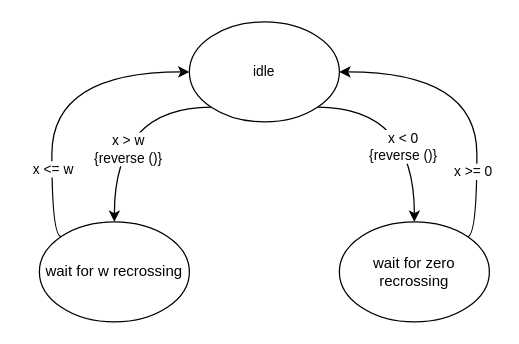
Before: looptest.drawio in guitarvydas/sm, a draw.io diagram. Source tidied: cells renumbered, new cells numbered last; positions are measured from the earlier drawing's top-left corner, leaving out a move shared by most shapes. Both pictures are drawn from the tidied source at 125%, with x=0, y=0 at pixel (39, 21).
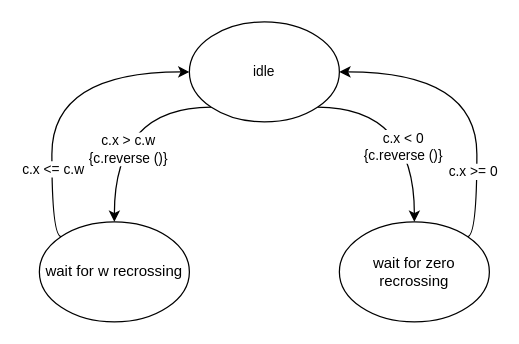
After the change.

The edit, as a diff of the source:
```diff
@@
 <mxGraphModel>
   <root>
     <mxCell id="0" />
     <mxCell id="1" parent="0" />
     <mxCell id="2" style="edgeStyle=orthogonalEdgeStyle;shape=connector;curved=1;rounded=0;jettySize=auto;html=1;exitX=0;exitY=1;exitDx=0;exitDy=0;entryX=0.5;entryY=0;entryDx=0;entryDy=0;strokeColor=default;align=center;verticalAlign=middle;fontFamily=Helvetica;fontSize=11;fontColor=default;labelBackgroundColor=default;endArrow=classic;" parent="1" edge="1" source="6" target="9">
       <mxGeometry relative="1" as="geometry">
         <Array as="points">
           <mxPoint x="60" y="68" />
         </Array>
       </mxGeometry>
     </mxCell>
-    <mxCell id="3" value="x &amp;gt; w&lt;div&gt;{reverse ()}&lt;/div&gt;" style="edgeLabel;html=1;align=center;verticalAlign=middle;fontFamily=Helvetica;fontSize=11;fontColor=default;labelBackgroundColor=default;" parent="2" vertex="1">
+    <mxCell id="3" value="c.x &amp;gt; c.w&lt;div&gt;{c.reverse ()}&lt;/div&gt;" style="edgeLabel;html=1;align=center;verticalAlign=middle;fontFamily=Helvetica;fontSize=11;fontColor=default;labelBackgroundColor=default;" parent="2" vertex="1">
       <mxGeometry x="0.31" y="10" relative="1" as="geometry" />
     </mxCell>
     <mxCell id="4" style="edgeStyle=orthogonalEdgeStyle;shape=connector;curved=1;rounded=0;jettySize=auto;html=1;exitX=1;exitY=1;exitDx=0;exitDy=0;entryX=0.5;entryY=0;entryDx=0;entryDy=0;strokeColor=default;align=center;verticalAlign=middle;fontFamily=Helvetica;fontSize=11;fontColor=default;labelBackgroundColor=default;endArrow=classic;" parent="1" edge="1" source="6" target="12">
       <mxGeometry relative="1" as="geometry">
         <Array as="points">
           <mxPoint x="300" y="68" />
         </Array>
       </mxGeometry>
     </mxCell>
-    <mxCell id="5" value="x &amp;lt; 0&lt;div&gt;{reverse ()}&lt;/div&gt;" style="edgeLabel;html=1;align=center;verticalAlign=middle;fontFamily=Helvetica;fontSize=11;fontColor=default;labelBackgroundColor=default;" parent="4" vertex="1">
+    <mxCell id="5" value="c.x &amp;lt; 0&lt;div&gt;{c.reverse ()}&lt;/div&gt;" style="edgeLabel;html=1;align=center;verticalAlign=middle;fontFamily=Helvetica;fontSize=11;fontColor=default;labelBackgroundColor=default;" parent="4" vertex="1">
       <mxGeometry x="0.43" y="-7" relative="1" as="geometry">
         <mxPoint x="-3" y="-12" as="offset" />
       </mxGeometry>
     </mxCell>
     <mxCell id="6" value="idle" style="ellipse;whiteSpace=wrap;html=1;fontFamily=Helvetica;fontSize=11;fontColor=default;labelBackgroundColor=none;" parent="1" vertex="1">
       <mxGeometry x="120" width="120" height="80" as="geometry" />
     </mxCell>
     <mxCell id="7" style="edgeStyle=orthogonalEdgeStyle;shape=connector;curved=1;rounded=0;jettySize=auto;html=1;exitX=0;exitY=0;exitDx=0;exitDy=0;entryX=0;entryY=0.5;entryDx=0;entryDy=0;strokeColor=default;align=center;verticalAlign=middle;fontFamily=Helvetica;fontSize=11;fontColor=default;labelBackgroundColor=default;endArrow=classic;" parent="1" edge="1" source="9" target="6">
       <mxGeometry relative="1" as="geometry">
         <Array as="points">
           <mxPoint x="10" y="172" />
           <mxPoint x="10" y="40" />
         </Array>
       </mxGeometry>
     </mxCell>
-    <mxCell id="8" value="x &amp;lt;= w" style="edgeLabel;html=1;align=center;verticalAlign=middle;fontFamily=Helvetica;fontSize=11;fontColor=default;labelBackgroundColor=default;" parent="7" vertex="1">
+    <mxCell id="8" value="c.x &amp;lt;= c.w" style="edgeLabel;html=1;align=center;verticalAlign=middle;fontFamily=Helvetica;fontSize=11;fontColor=default;labelBackgroundColor=default;" parent="7" vertex="1">
       <mxGeometry x="-0.5" relative="1" as="geometry" />
     </mxCell>
     <mxCell id="9" value="&lt;div style=&quot;font-size: 12px;&quot;&gt;wait for w recrossing&lt;/div&gt;" style="ellipse;whiteSpace=wrap;html=1;fontFamily=Helvetica;fontSize=11;fontColor=default;labelBackgroundColor=none;" parent="1" vertex="1">
       <mxGeometry y="160" width="120" height="80" as="geometry" />
     </mxCell>
     <mxCell id="10" style="edgeStyle=orthogonalEdgeStyle;shape=connector;curved=1;rounded=0;jettySize=auto;html=1;exitX=1;exitY=0;exitDx=0;exitDy=0;entryX=1;entryY=0.5;entryDx=0;entryDy=0;strokeColor=default;align=center;verticalAlign=middle;fontFamily=Helvetica;fontSize=11;fontColor=default;labelBackgroundColor=default;endArrow=classic;" parent="1" edge="1" source="12" target="6">
       <mxGeometry relative="1" as="geometry">
         <Array as="points">
           <mxPoint x="350" y="172" />
           <mxPoint x="350" y="40" />
         </Array>
       </mxGeometry>
     </mxCell>
-    <mxCell id="11" value="x &amp;gt;= 0" style="edgeLabel;html=1;align=center;verticalAlign=middle;fontFamily=Helvetica;fontSize=11;fontColor=default;labelBackgroundColor=default;" parent="10" vertex="1">
+    <mxCell id="11" value="c.x &amp;gt;= 0" style="edgeLabel;html=1;align=center;verticalAlign=middle;fontFamily=Helvetica;fontSize=11;fontColor=default;labelBackgroundColor=default;" parent="10" vertex="1">
       <mxGeometry x="-0.52" y="4" relative="1" as="geometry" />
     </mxCell>
     <mxCell id="12" value="&lt;div style=&quot;font-size: 12px;&quot;&gt;wait for zero recrossing&lt;/div&gt;" style="ellipse;whiteSpace=wrap;html=1;fontFamily=Helvetica;fontSize=11;fontColor=default;labelBackgroundColor=none;" parent="1" vertex="1">
       <mxGeometry x="240" y="160" width="120" height="80" as="geometry" />
     </mxCell>
   </root>
 </mxGraphModel>
```
